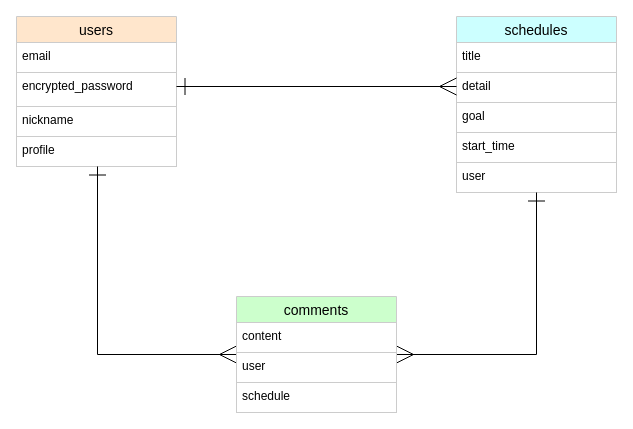
Btakizawa18/schema-40010 keeps this draw.io diagram as test.dio. Above is the earlier version. Source tidied: cells renumbered, new cells numbered last; positions are measured from the earlier drawing's top-left corner, leaving out a move shared by most shapes. Both pictures are drawn from the tidied source at 100%, with x=0, y=0 at pixel (16, 16).
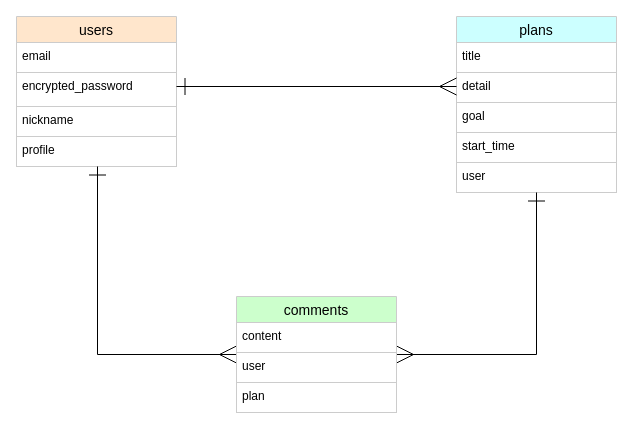
After the change.

Unchanged cells that the change refers to:
```xml
<mxCell id="15" value="comments" style="swimlane;fontStyle=0;horizontal=1;startSize=26;align=center;fontSize=14;strokeColor=#CCCCCC;fontColor=#000000;fillColor=#CCFFCC;" parent="1" vertex="1">
  <mxGeometry x="220" y="280" width="160" height="116" as="geometry" />
</mxCell>
```

Diff of the diagram source:
```diff
@@
-    <mxCell id="7" value="schedules" style="swimlane;fontStyle=0;horizontal=1;startSize=26;align=center;fontSize=14;strokeColor=#CCCCCC;fontColor=#000000;fillColor=#CCFFFF;gradientColor=none;" parent="1" vertex="1">
+    <mxCell id="7" value="plans" style="swimlane;fontStyle=0;horizontal=1;startSize=26;align=center;fontSize=14;strokeColor=#CCCCCC;fontColor=#000000;fillColor=#CCFFFF;gradientColor=none;" parent="1" vertex="1">
       <mxGeometry x="440" width="160" height="176" as="geometry" />
     </mxCell>
@@
-    <mxCell id="18" value="schedule" style="text;strokeColor=#CCCCCC;fillColor=#FFFFFF;spacingLeft=4;spacingRight=4;overflow=hidden;fontSize=12;fontColor=#000000;" parent="15" vertex="1">
+    <mxCell id="18" value="plan" style="text;strokeColor=#CCCCCC;fillColor=#FFFFFF;spacingLeft=4;spacingRight=4;overflow=hidden;fontSize=12;fontColor=#000000;" parent="15" vertex="1">
       <mxGeometry y="86" width="160" height="30" as="geometry" />
     </mxCell>
```
